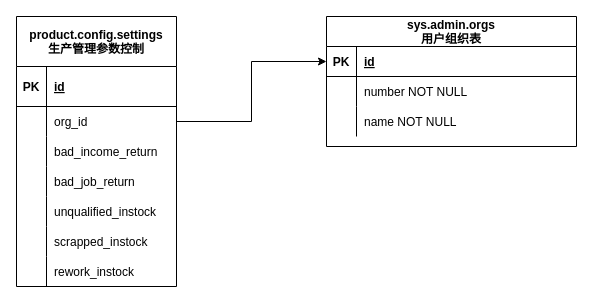
666yzc/yzc01 keeps this draw.io diagram as product_config_settingsER.drawio. Above is the earlier version. Source tidied: cells renumbered, new cells numbered last; positions are measured from the earlier drawing's top-left corner, leaving out a move shared by most shapes. Both pictures are drawn from the tidied source at 100%, with x=0, y=0 at pixel (16, 16).
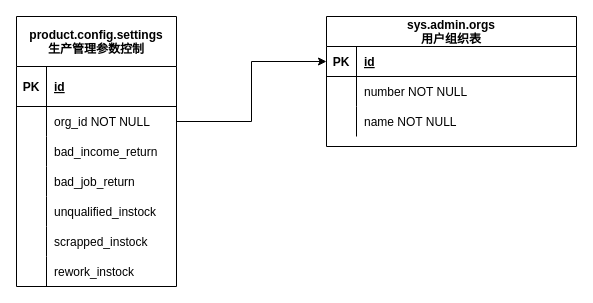
The same diagram, later.

Unchanged cells that the change refers to:
```xml
<mxCell id="7" style="shape=partialRectangle;fillColor=none;points=[[0,0.5],[1,0.5]];portConstraint=eastwest;top=0;left=0;right=0;bottom=0;" parent="3" vertex="1">
  <mxGeometry y="90" width="160" height="30" as="geometry" />
</mxCell>
```

The edit, as a diff of the source:
```diff
@@
-    <mxCell id="9" value="org_id" style="shape=partialRectangle;overflow=hidden;fillColor=none;top=0;left=0;bottom=0;right=0;align=left;spacingLeft=6;" parent="7" vertex="1">
+    <mxCell id="9" value="org_id NOT NULL" style="shape=partialRectangle;overflow=hidden;fillColor=none;top=0;left=0;bottom=0;right=0;align=left;spacingLeft=6;" parent="7" vertex="1">
       <mxGeometry x="30" width="130" height="30" as="geometry" />
     </mxCell>
```
